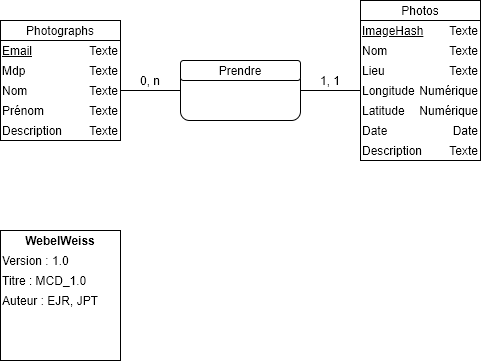
Before: Documentation/Diagrammes/BDD/MCD_1.0.png, a diagram exported from draw.io (NicolasGlassey/PROJWEB_WEBELWEISS). Source tidied: cells renumbered, new cells last; positions are measured from the earlier drawing's top-left corner, leaving out a move shared by most shapes.
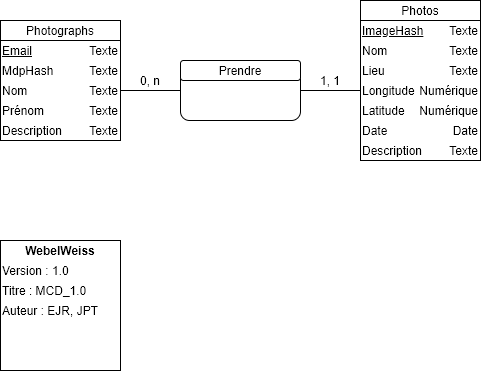
Later version of the same file.

Commit message:
fin du MCD

Diff of the diagram source:
```diff
@@ -41,7 +41,7 @@
     <mxCell id="14" value="Texte" style="text;html=1;strokeColor=none;fillColor=none;align=right;verticalAlign=middle;whiteSpace=wrap;rounded=0;" parent="2" vertex="1">
       <mxGeometry x="80" y="40" width="40" height="20" as="geometry" />
     </mxCell>
-    <mxCell id="15" value="Mdp" style="text;html=1;strokeColor=none;fillColor=none;align=left;verticalAlign=middle;whiteSpace=wrap;rounded=0;" parent="2" vertex="1">
+    <mxCell id="15" value="MdpHash" style="text;html=1;strokeColor=none;fillColor=none;align=left;verticalAlign=middle;whiteSpace=wrap;rounded=0;" parent="2" vertex="1">
       <mxGeometry y="40" width="40" height="20" as="geometry" />
     </mxCell>
     <mxCell id="16" style="group;" parent="1" vertex="1">
@@ -117,19 +117,19 @@
       <mxGeometry x="360" y="140" width="60" height="20" as="geometry" />
     </mxCell>
     <mxCell id="40" style="rounded=0;whiteSpace=wrap;html=1;" parent="1" vertex="1">
-      <mxGeometry y="230" width="120" height="130" as="geometry" />
+      <mxGeometry y="240" width="120" height="130" as="geometry" />
     </mxCell>
     <mxCell id="41" value="&lt;b&gt;WebelWeiss&lt;/b&gt;" style="text;html=1;strokeColor=none;fillColor=none;align=center;verticalAlign=middle;whiteSpace=wrap;rounded=0;" parent="1" vertex="1">
-      <mxGeometry y="230" width="120" height="20" as="geometry" />
+      <mxGeometry y="240" width="120" height="20" as="geometry" />
     </mxCell>
     <mxCell id="42" value="Version : 1.0" style="text;html=1;strokeColor=none;fillColor=none;align=left;verticalAlign=middle;whiteSpace=wrap;rounded=0;" parent="1" vertex="1">
-      <mxGeometry y="250" width="120" height="20" as="geometry" />
+      <mxGeometry y="260" width="120" height="20" as="geometry" />
     </mxCell>
     <mxCell id="43" value="Titre : MCD_1.0" style="text;html=1;strokeColor=none;fillColor=none;align=left;verticalAlign=middle;whiteSpace=wrap;rounded=0;" parent="1" vertex="1">
-      <mxGeometry y="270" width="120" height="20" as="geometry" />
+      <mxGeometry y="280" width="120" height="20" as="geometry" />
     </mxCell>
     <mxCell id="44" value="Auteur : EJR, JPT" style="text;html=1;strokeColor=none;fillColor=none;align=left;verticalAlign=middle;whiteSpace=wrap;rounded=0;" parent="1" vertex="1">
-      <mxGeometry y="290" width="120" height="20" as="geometry" />
+      <mxGeometry y="300" width="120" height="20" as="geometry" />
     </mxCell>
   </root>
 </mxGraphModel>
```
